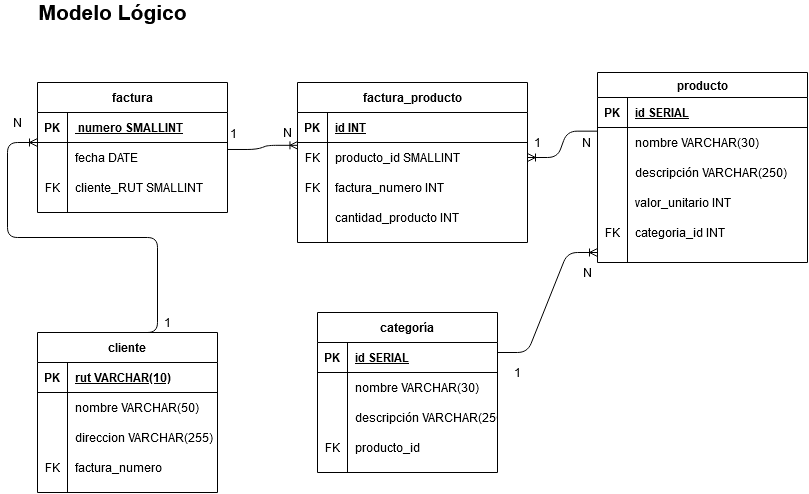
Before: prueba_sql.png, a diagram exported from draw.io (gilibethvega/prueba_sql). Source tidied: cells renumbered, new cells last; positions are measured from the earlier drawing's top-left corner, leaving out a move shared by most shapes.
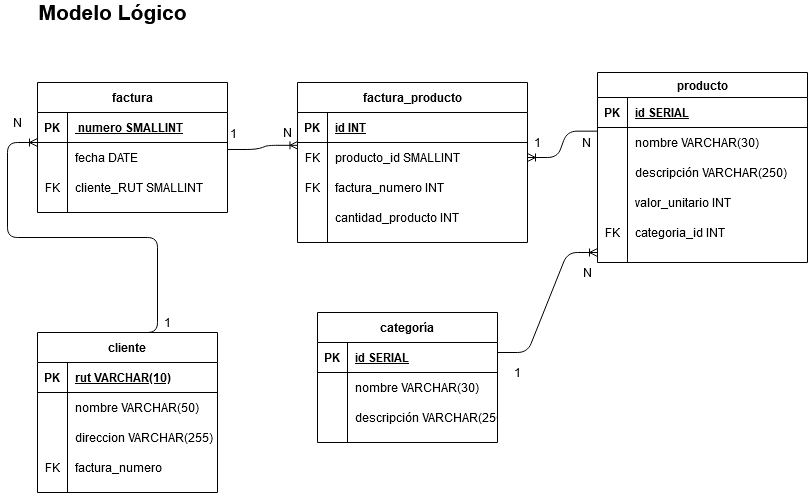
The same diagram one commit later.

Change to the diagram source:
```diff
@@ -75,7 +75,7 @@
       <mxGeometry x="30" width="150" height="30" as="geometry" />
     </mxCell>
     <mxCell id="26" value="categoría" style="shape=table;startSize=30;rowLines=0;fontStyle=1;align=center;" parent="1" vertex="1">
-      <mxGeometry x="310" y="310" width="180" height="160" as="geometry" />
+      <mxGeometry x="310" y="310" width="180" height="130" as="geometry" />
     </mxCell>
     <mxCell id="27" style="shape=partialRectangle;fillColor=none;top=0;left=0;bottom=1;right=0;" parent="26" vertex="1">
       <mxGeometry y="30" width="180" height="30" as="geometry" />
@@ -104,15 +104,6 @@
     <mxCell id="35" value="descripción VARCHAR(250)" style="shape=partialRectangle;fillColor=none;top=0;left=0;bottom=0;right=0;align=left;spacingLeft=6;overflow=hidden;" parent="33" vertex="1">
       <mxGeometry x="30" width="150" height="30" as="geometry" />
     </mxCell>
-    <mxCell id="36" style="shape=partialRectangle;fillColor=none;top=0;left=0;bottom=0;right=0;" parent="26" vertex="1">
-      <mxGeometry y="120" width="180" height="30" as="geometry" />
-    </mxCell>
-    <mxCell id="37" value="FK" style="shape=partialRectangle;fillColor=none;top=0;left=0;bottom=0;right=0;overflow=hidden;" parent="36" vertex="1">
-      <mxGeometry width="30" height="30" as="geometry" />
-    </mxCell>
-    <mxCell id="38" value="producto_id" style="shape=partialRectangle;fillColor=none;top=0;left=0;bottom=0;right=0;align=left;spacingLeft=6;overflow=hidden;" parent="36" vertex="1">
-      <mxGeometry x="30" width="150" height="30" as="geometry" />
-    </mxCell>
     <mxCell id="39" value="producto" style="shape=table;startSize=25;rowLines=0;fontStyle=1;align=center;" parent="1" vertex="1">
       <mxGeometry x="590" y="70" width="210" height="190" as="geometry" />
     </mxCell>
```
